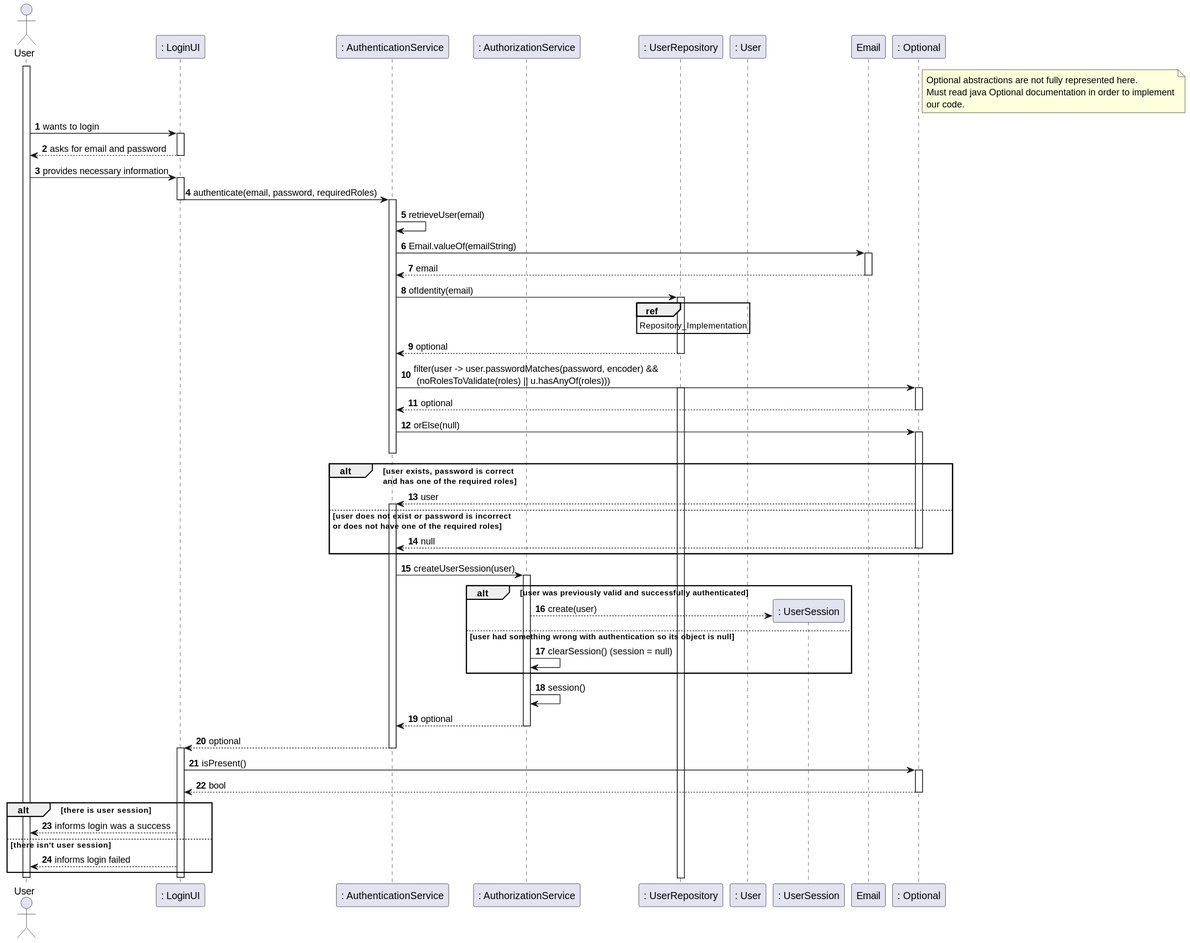
Earlier version of the PlantUML export docs/SPRINT A/US_G006/Design/AuthenticationSequenceDiagram/SD.svg (brunacosta03/sem4pi_22_23). Its diagram source:
```plantuml
@startuml

autonumber
actor "User" as userActor

participant ": LoginUI" as ui
participant ": AuthenticationService" as auth
participant ": AuthorizationService" as authz
participant ": UserRepository" as userRepo
participant ": User" as user
participant ": UserSession" as session
participant "Email" as email
participant ": Optional" as optional

note right of optional
    Optional abstractions are not fully represented here.
    Must read java Optional documentation in order to implement
    our code.
end note

activate userActor
    userActor -> ui : wants to login
activate ui
    ui --> userActor : asks for email and password
deactivate ui
    userActor -> ui : provides necessary information
activate ui
    ui -> auth : authenticate(email, password, requiredRoles)
deactivate ui


activate auth
    auth -> auth : retrieveUser(email)
    auth -> email: Email.valueOf(emailString)
activate email
    email --> auth : email
deactivate email
    auth -> userRepo : ofIdentity(email)
activate userRepo
ref over userRepo
    Repository_Implementation
end ref
    userRepo --> auth : optional
deactivate userRepo
    auth -> optional : filter(user -> user.passwordMatches(password, encoder) &&\n (noRolesToValidate(roles) || u.hasAnyOf(roles)))

activate userRepo


activate optional
    optional --> auth : optional
deactivate optional
    auth -> optional : orElse(null)
activate optional
deactivate auth
    alt user exists, password is correct\nand has one of the required roles
        optional --> auth: user
activate auth
    else user does not exist or password is incorrect\nor does not have one of the required roles
        optional --> auth: null
deactivate optional
    end alt

    auth -> authz : createUserSession(user)
activate authz
    alt user was previously valid and successfully authenticated
        authz --> session** : create(user)

    else user had something wrong with authentication so its object is null
        authz -> authz : clearSession() (session = null)
    end alt
    authz -> authz : session()
    authz --> auth : optional
deactivate
    auth --> ui : optional
deactivate auth
activate ui
    ui -> optional : isPresent()
    activate optional
    optional --> ui : bool
    deactivate optional
    alt there is user session
        ui --> userActor : informs login was a success
    else there isn't user session
        ui --> userActor : informs login failed
    end alt
deactivate authz
deactivate auth
deactivate ui
deactivate userActor
@enduml
```
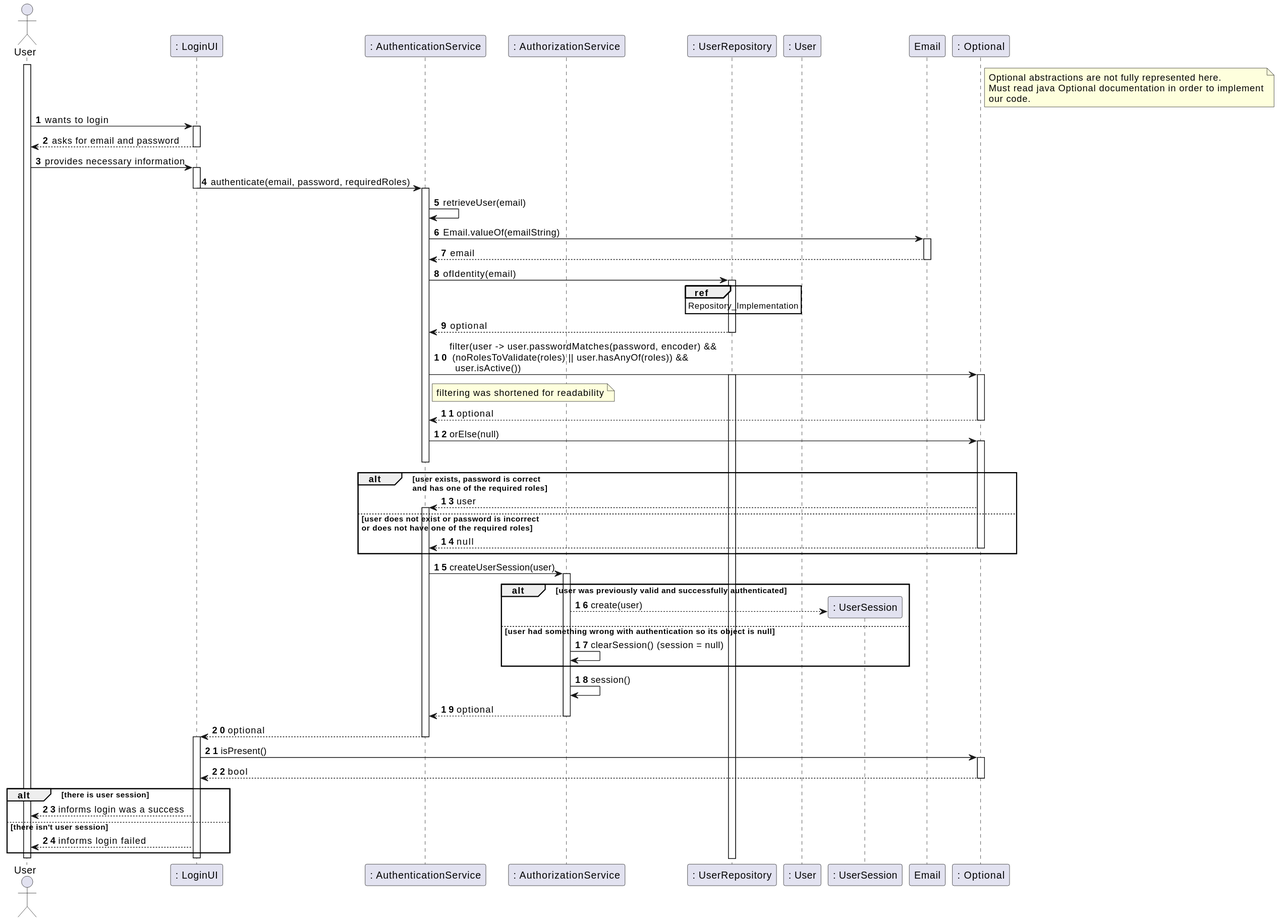
After the commit.

Commit message:
docs: note regarding filtering of the user #5

The edit, as a diff of the source:
```diff
@@ -42,7 +42,8 @@
 end ref
     userRepo --> auth : optional
 deactivate userRepo
-    auth -> optional : filter(user -> user.passwordMatches(password, encoder) &&\n (noRolesToValidate(roles) || u.hasAnyOf(roles)))
+    auth -> optional : filter(user -> user.passwordMatches(password, encoder) &&\n (noRolesToValidate(roles) || user.hasAnyOf(roles)) &&\n  user.isActive())
+    note right of auth: filtering was shortened for readability
 
 activate userRepo
 
```
